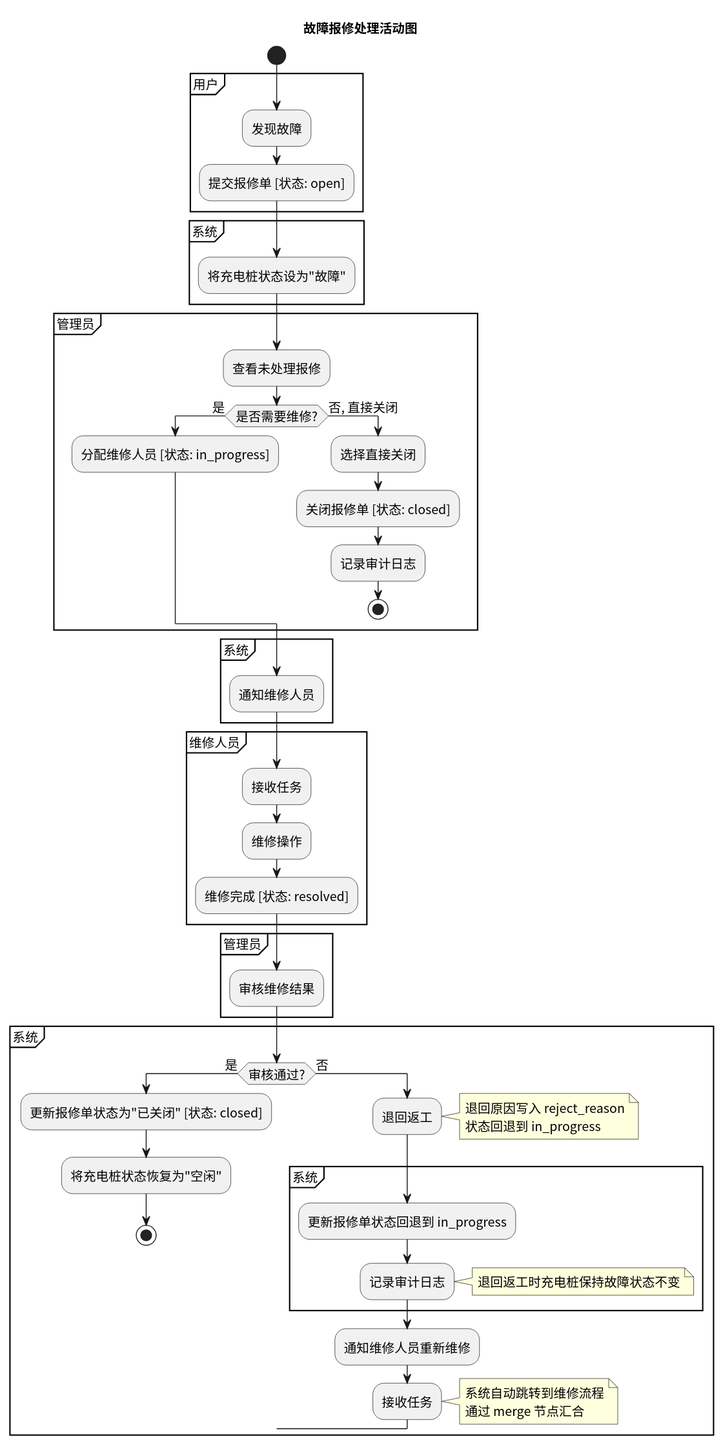
greenhandzdl/charging-station-doc keeps this PlantUML diagram as activity/img/activity_repair.svg. Above is the earlier version.
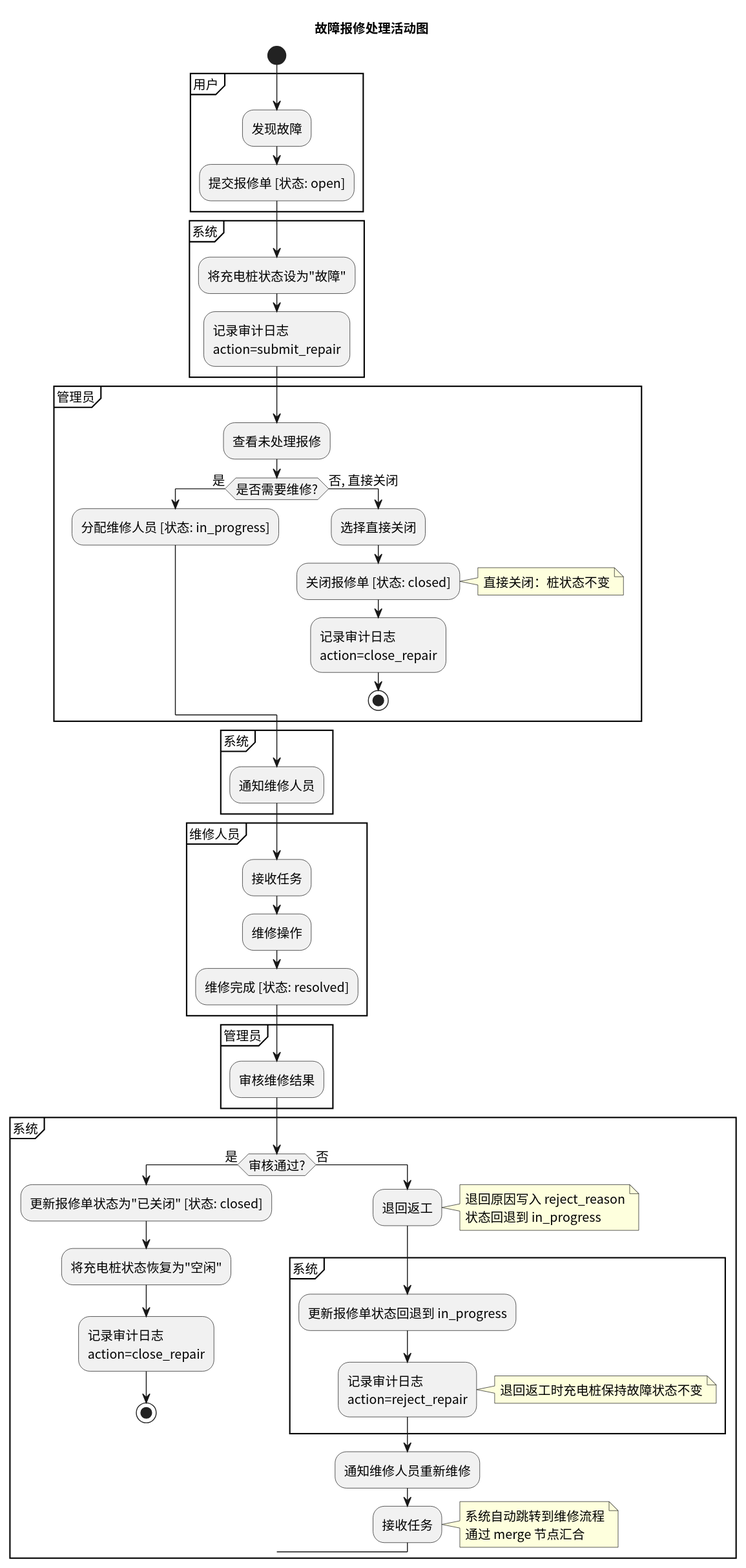
After the commit.

Change to the diagram source:
```diff
@@ -11,6 +11,7 @@
 
 partition "系统" {
   :将充电桩状态设为"故障";
+  :记录审计日志\naction=submit_repair;
 }
 
 partition "管理员" {
@@ -20,7 +21,8 @@
   else (否, 直接关闭)
     :选择直接关闭;
     :关闭报修单 [状态: closed];
-    :记录审计日志;
+    note right: 直接关闭：桩状态不变
+    :记录审计日志\naction=close_repair;
     stop
   endif
 }
@@ -43,13 +45,14 @@
   if (审核通过?) then (是)
     :更新报修单状态为"已关闭" [状态: closed];
     :将充电桩状态恢复为"空闲";
+    :记录审计日志\naction=close_repair;
     stop
   else (否)
     :退回返工;
     note right: 退回原因写入 reject_reason\n状态回退到 in_progress
     partition "系统" {
       :更新报修单状态回退到 in_progress;
-      :记录审计日志;
+      :记录审计日志\naction=reject_repair;
       note right: 退回返工时充电桩保持故障状态不变
     }
     :通知维修人员重新维修;
```
